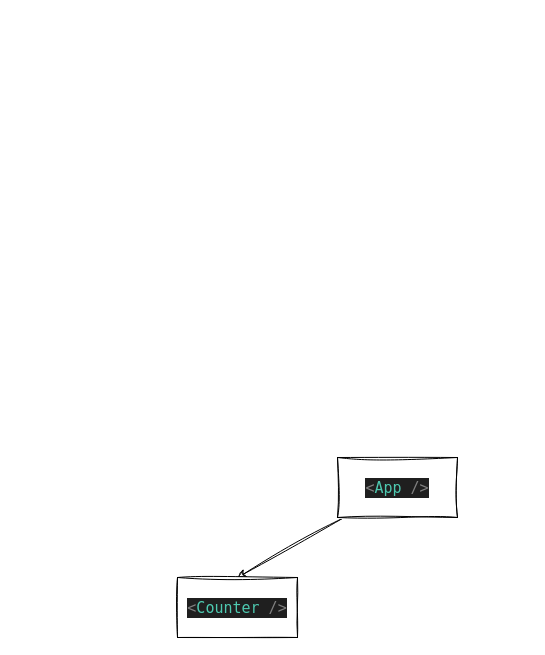
This is draw.drawio from MariusCodeAcademy/feu8_17_react_pasikartojimas, a draw.io file, before an edit. Source tidied: cells renumbered, new cells numbered last; positions are measured from the earlier drawing's top-left corner, leaving out a move shared by most shapes. Both pictures are drawn from the tidied source at 100%, with x=0, y=0 at pixel (177, 457).
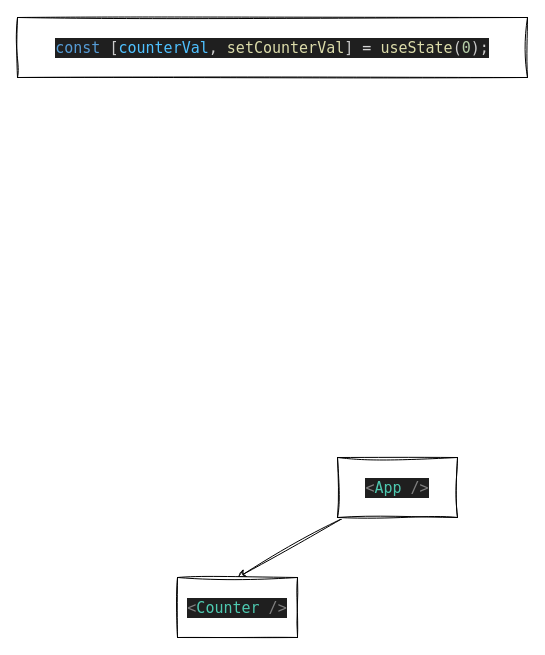
The same diagram, later.

Diff of the diagram source:
```diff
@@
 <mxGraphModel>
   <root>
     <mxCell id="0" />
     <mxCell id="1" parent="0" />
     <mxCell id="2" style="edgeStyle=none;sketch=1;hachureGap=4;jiggle=2;curveFitting=1;html=1;entryX=0.5;entryY=0;entryDx=0;entryDy=0;fontFamily=Architects Daughter;fontSize=16;" parent="1" edge="1" source="3" target="4">
       <mxGeometry relative="1" as="geometry" />
     </mxCell>
     <mxCell id="3" value="&lt;div style=&quot;color: rgb(204, 204, 204); background-color: rgb(31, 31, 31); font-family: &amp;quot;Cascadia code PL&amp;quot;, Menlo, Monaco, &amp;quot;Courier New&amp;quot;, monospace, Consolas, &amp;quot;Courier New&amp;quot;, monospace; font-size: 15px; line-height: 20px;&quot;&gt;&lt;span style=&quot;color: #808080;&quot;&gt;&amp;lt;&lt;/span&gt;&lt;span style=&quot;color: #4ec9b0;&quot;&gt;App&lt;/span&gt; &lt;span style=&quot;color: #808080;&quot;&gt;/&amp;gt;&lt;/span&gt;&lt;/div&gt;" style="rounded=0;whiteSpace=wrap;html=1;sketch=1;hachureGap=4;jiggle=2;curveFitting=1;fontFamily=Architects Daughter;fontSize=20;" parent="1" vertex="1">
       <mxGeometry x="160" width="120" height="60" as="geometry" />
     </mxCell>
     <mxCell id="4" value="&lt;div style=&quot;color: rgb(204, 204, 204); background-color: rgb(31, 31, 31); font-family: &amp;quot;Cascadia code PL&amp;quot;, Menlo, Monaco, &amp;quot;Courier New&amp;quot;, monospace, Consolas, &amp;quot;Courier New&amp;quot;, monospace; font-size: 15px; line-height: 20px;&quot;&gt;&lt;div style=&quot;line-height: 20px;&quot;&gt;&lt;span style=&quot;color: #808080;&quot;&gt;&amp;lt;&lt;/span&gt;&lt;span style=&quot;color: #4ec9b0;&quot;&gt;Counter&lt;/span&gt; &lt;span style=&quot;color: #808080;&quot;&gt;/&amp;gt;&lt;/span&gt;&lt;/div&gt;&lt;/div&gt;" style="rounded=0;whiteSpace=wrap;html=1;sketch=1;hachureGap=4;jiggle=2;curveFitting=1;fontFamily=Architects Daughter;fontSize=20;" parent="1" vertex="1">
       <mxGeometry y="120" width="120" height="60" as="geometry" />
     </mxCell>
+    <mxCell id="5" value="&lt;div style=&quot;color: rgb(204, 204, 204); background-color: rgb(31, 31, 31); font-family: &amp;quot;Cascadia code PL&amp;quot;, Menlo, Monaco, &amp;quot;Courier New&amp;quot;, monospace, Consolas, &amp;quot;Courier New&amp;quot;, monospace; font-size: 15px; line-height: 20px;&quot;&gt;&lt;span style=&quot;color: #569cd6;&quot;&gt;const&lt;/span&gt; [&lt;span style=&quot;color: #4fc1ff;&quot;&gt;counterVal&lt;/span&gt;, &lt;span style=&quot;color: #dcdcaa;&quot;&gt;setCounterVal&lt;/span&gt;] &lt;span style=&quot;color: #d4d4d4;&quot;&gt;=&lt;/span&gt; &lt;span style=&quot;color: #dcdcaa;&quot;&gt;useState&lt;/span&gt;(&lt;span style=&quot;color: #b5cea8;&quot;&gt;0&lt;/span&gt;);&lt;/div&gt;" style="rounded=0;whiteSpace=wrap;html=1;sketch=1;hachureGap=4;jiggle=2;curveFitting=1;fontFamily=Architects Daughter;fontSize=20;" parent="1" vertex="1">
+      <mxGeometry x="-160" y="-440" width="510" height="60" as="geometry" />
+    </mxCell>
   </root>
 </mxGraphModel>
```
